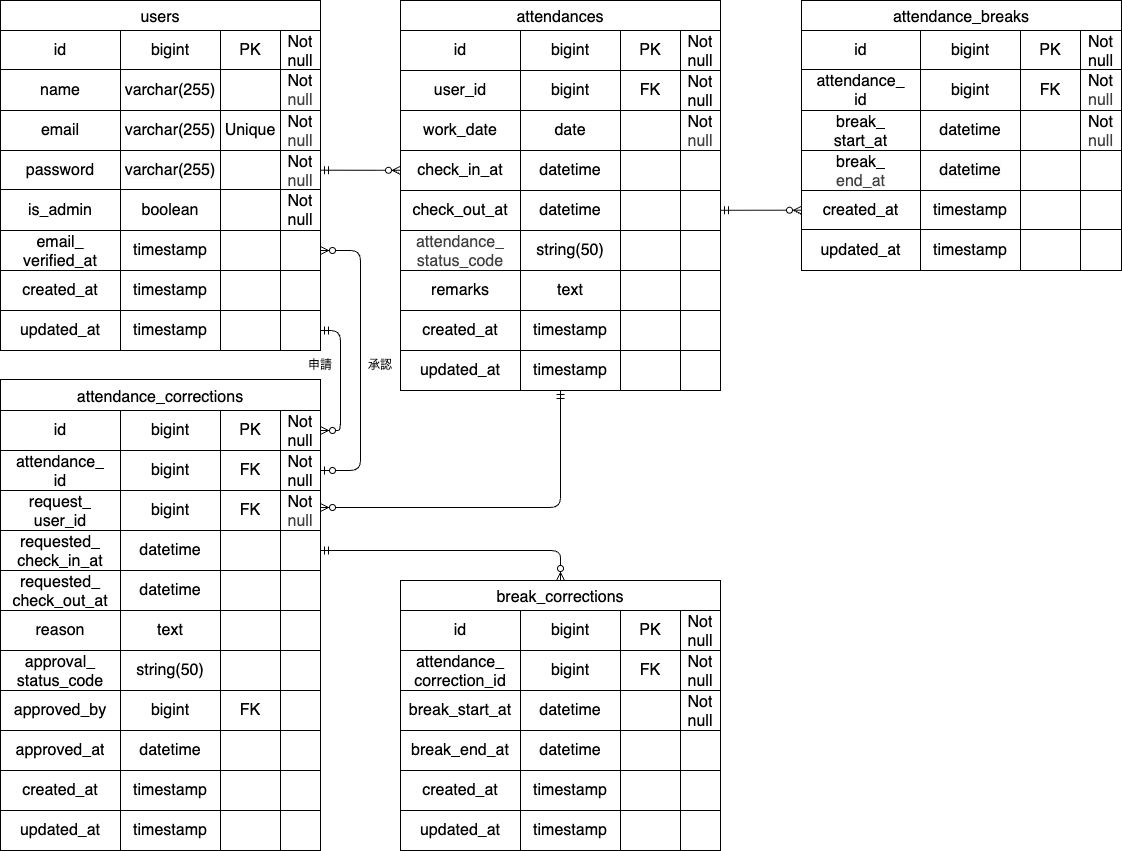
This is attendance.png from nekomajin-1017/exam-kintai, a draw.io export, as it was before one commit. Source tidied: cells renumbered, new cells last; positions are measured from the earlier drawing's top-left corner, leaving out a move shared by most shapes.
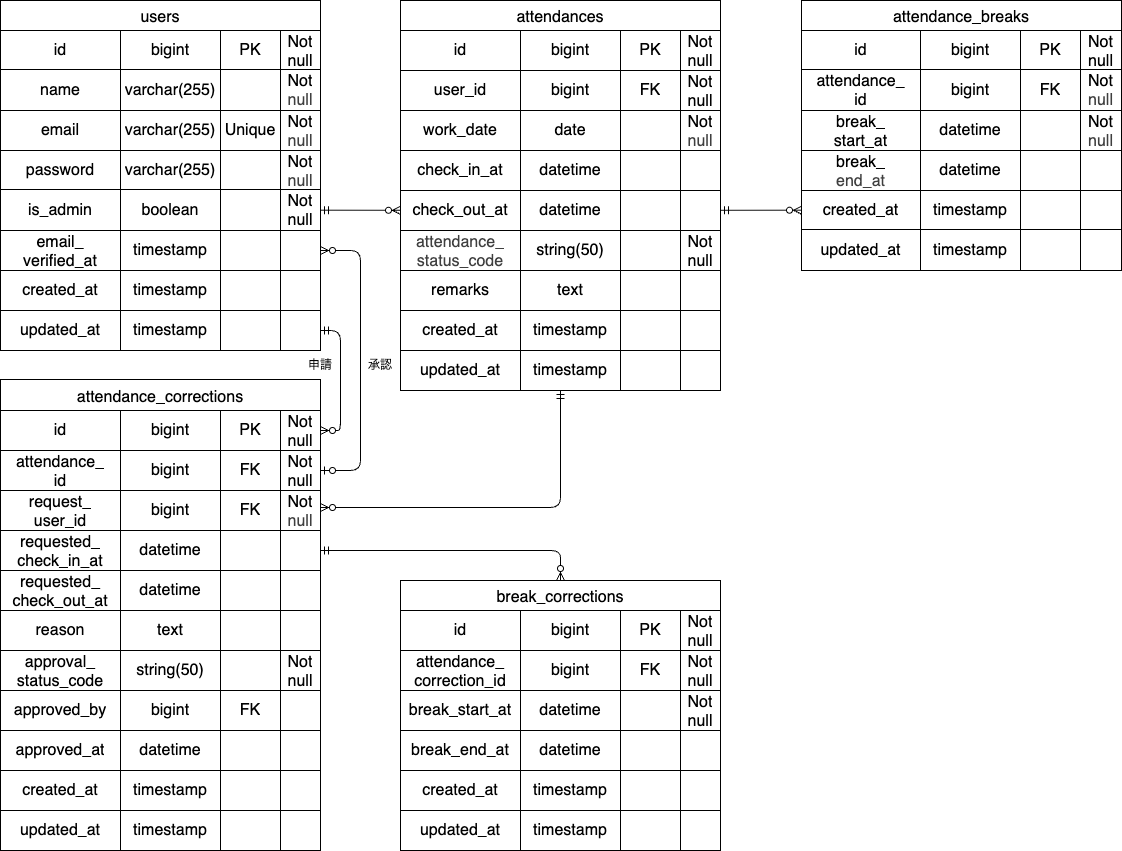
Later version of the same file.

What changed in the source:
```diff
@@ -56,7 +56,7 @@
     <mxCell id="19" value="password" style="shape=partialRectangle;html=1;whiteSpace=wrap;strokeColor=inherit;overflow=hidden;fillColor=none;top=0;left=0;bottom=0;right=0;fontSize=16;" parent="18" vertex="1">
       <mxGeometry width="120" height="39" as="geometry" />
     </mxCell>
-    <mxCell id="20" value="&lt;meta charset=&quot;utf-8&quot;&gt;&lt;span style=&quot;color: rgb(0, 0, 0); font-family: Helvetica; font-size: 16px; font-style: normal; font-variant-ligatures: normal; font-variant-caps: normal; font-weight: 400; letter-spacing: normal; orphans: 2; text-align: center; text-indent: 0px; text-transform: none; widows: 2; word-spacing: 0px; -webkit-text-stroke-width: 0px; white-space: normal; background-color: rgb(251, 251, 251); text-decoration-thickness: initial; text-decoration-style: initial; text-decoration-color: initial; display: inline !important; float: none;&quot;&gt;varchar(255)&lt;/span&gt;" style="shape=partialRectangle;html=1;whiteSpace=wrap;strokeColor=inherit;overflow=hidden;fillColor=none;top=0;left=0;bottom=0;right=0;fontSize=16;" parent="18" vertex="1">
+    <mxCell id="20" value="&lt;span style=&quot;color: rgb(0, 0, 0);&quot;&gt;varchar(255)&lt;/span&gt;" style="shape=partialRectangle;html=1;whiteSpace=wrap;strokeColor=inherit;overflow=hidden;fillColor=none;top=0;left=0;bottom=0;right=0;fontSize=16;" parent="18" vertex="1">
       <mxGeometry x="120" width="100" height="39" as="geometry" />
     </mxCell>
     <mxCell id="21" style="shape=partialRectangle;html=1;whiteSpace=wrap;strokeColor=inherit;overflow=hidden;fillColor=none;top=0;left=0;bottom=0;right=0;fontSize=16;" parent="18" vertex="1">
@@ -215,7 +215,7 @@
     <mxCell id="72" style="shape=partialRectangle;html=1;whiteSpace=wrap;strokeColor=inherit;overflow=hidden;fillColor=none;top=0;left=0;bottom=0;right=0;fontSize=16;" parent="69" vertex="1">
       <mxGeometry x="220" width="60" height="40" as="geometry" />
     </mxCell>
-    <mxCell id="73" style="shape=partialRectangle;html=1;whiteSpace=wrap;strokeColor=inherit;overflow=hidden;fillColor=none;top=0;left=0;bottom=0;right=0;fontSize=16;" parent="69" vertex="1">
+    <mxCell id="73" value="Not&lt;div&gt;null&lt;/div&gt;" style="shape=partialRectangle;html=1;whiteSpace=wrap;strokeColor=inherit;overflow=hidden;fillColor=none;top=0;left=0;bottom=0;right=0;fontSize=16;" parent="69" vertex="1">
       <mxGeometry x="280" width="40" height="40" as="geometry" />
     </mxCell>
     <mxCell id="74" style="shape=tableRow;horizontal=0;startSize=0;swimlaneHead=0;swimlaneBody=0;strokeColor=inherit;top=0;left=0;bottom=0;right=0;fillColor=none;fontSize=16;" parent="43" vertex="1">
@@ -317,7 +317,7 @@
     <mxCell id="106" value="&lt;span style=&quot;color: rgb(0, 0, 0);&quot;&gt;break_&lt;/span&gt;&lt;div style=&quot;color: rgb(63, 63, 63); scrollbar-color: rgb(226, 226, 226) rgb(251, 251, 251);&quot;&gt;end_at&lt;/div&gt;" style="shape=partialRectangle;html=1;whiteSpace=wrap;strokeColor=inherit;overflow=hidden;fillColor=none;top=0;left=0;bottom=0;right=0;fontSize=16;" parent="105" vertex="1">
       <mxGeometry width="119" height="40" as="geometry" />
     </mxCell>
-    <mxCell id="107" value="&lt;span style=&quot;color: rgb(0, 0, 0); font-family: Helvetica; font-size: 16px; font-style: normal; font-variant-ligatures: normal; font-variant-caps: normal; font-weight: 400; letter-spacing: normal; orphans: 2; text-align: center; text-indent: 0px; text-transform: none; widows: 2; word-spacing: 0px; -webkit-text-stroke-width: 0px; white-space: normal; background-color: rgb(251, 251, 251); text-decoration-thickness: initial; text-decoration-style: initial; text-decoration-color: initial; float: none; display: inline !important;&quot;&gt;datetime&lt;/span&gt;" style="shape=partialRectangle;html=1;whiteSpace=wrap;strokeColor=inherit;overflow=hidden;fillColor=none;top=0;left=0;bottom=0;right=0;fontSize=16;" parent="105" vertex="1">
+    <mxCell id="107" value="datetime" style="shape=partialRectangle;html=1;whiteSpace=wrap;strokeColor=inherit;overflow=hidden;fillColor=none;top=0;left=0;bottom=0;right=0;fontSize=16;" parent="105" vertex="1">
       <mxGeometry x="119" width="100" height="40" as="geometry" />
     </mxCell>
     <mxCell id="108" style="shape=partialRectangle;html=1;whiteSpace=wrap;strokeColor=inherit;overflow=hidden;fillColor=none;top=0;left=0;bottom=0;right=0;fontSize=16;" parent="105" vertex="1">
@@ -461,7 +461,7 @@
     <mxCell id="154" style="shape=partialRectangle;html=1;whiteSpace=wrap;strokeColor=inherit;overflow=hidden;fillColor=none;top=0;left=0;bottom=0;right=0;fontSize=16;" parent="151" vertex="1">
       <mxGeometry x="220" width="60" height="40" as="geometry" />
     </mxCell>
-    <mxCell id="155" style="shape=partialRectangle;html=1;whiteSpace=wrap;strokeColor=inherit;overflow=hidden;fillColor=none;top=0;left=0;bottom=0;right=0;fontSize=16;" parent="151" vertex="1">
+    <mxCell id="155" value="Not&lt;div&gt;null&lt;/div&gt;" style="shape=partialRectangle;html=1;whiteSpace=wrap;strokeColor=inherit;overflow=hidden;fillColor=none;top=0;left=0;bottom=0;right=0;fontSize=16;" parent="151" vertex="1">
       <mxGeometry x="280" width="40" height="40" as="geometry" />
     </mxCell>
     <mxCell id="156" style="shape=tableRow;horizontal=0;startSize=0;swimlaneHead=0;swimlaneBody=0;strokeColor=inherit;top=0;left=0;bottom=0;right=0;fillColor=none;fontSize=16;" parent="120" vertex="1">
@@ -634,7 +634,7 @@
         </Array>
       </mxGeometry>
     </mxCell>
-    <mxCell id="210" style="fontSize=12;html=1;endArrow=ERzeroToMany;startArrow=ERmandOne;endFill=0;" parent="1" edge="1" source="18" target="59">
+    <mxCell id="210" style="fontSize=12;html=1;endArrow=ERzeroToMany;startArrow=ERmandOne;endFill=0;" parent="1" edge="1" source="23" target="64">
       <mxGeometry relative="1" as="geometry" />
     </mxCell>
     <mxCell id="211" style="fontSize=12;html=1;endArrow=ERzeroToMany;startArrow=ERzeroToOne;endFill=0;startFill=0;edgeStyle=elbowEdgeStyle;" parent="1" edge="1" source="126" target="28">
```
